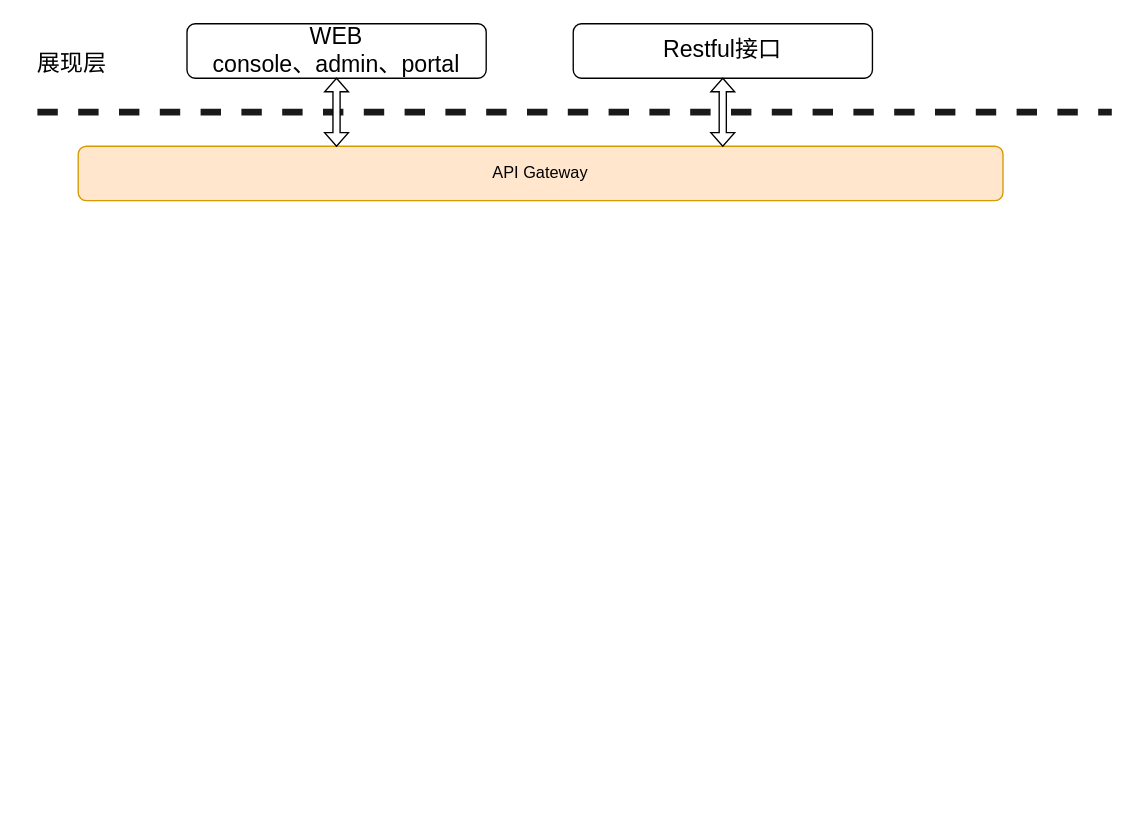
jiangliuhong/drawdb keeps this draw.io diagram as 国科大平台应用架构图.drawio. Above is the earlier version. Source tidied: cells renumbered, new cells numbered last; positions are measured from the earlier drawing's top-left corner, leaving out a move shared by most shapes. Both pictures are drawn from the tidied source at 136%, with x=0, y=0 at pixel (23, 23).
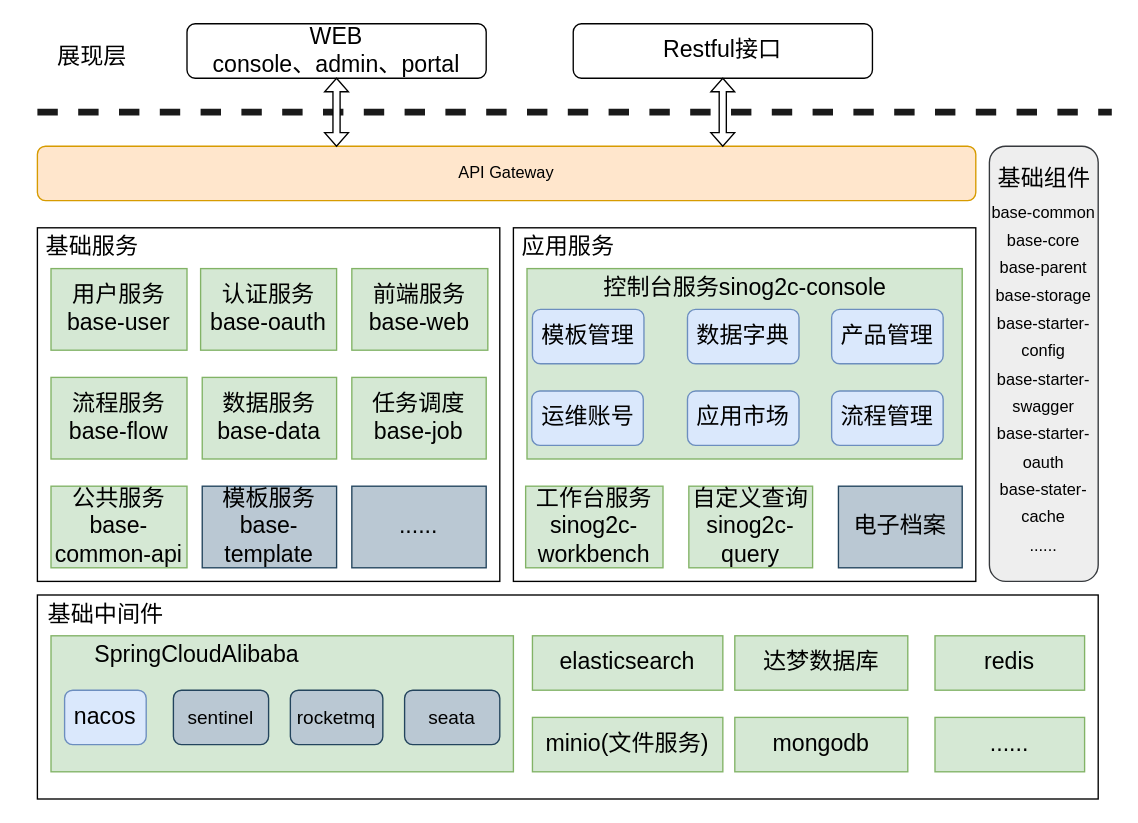
The same diagram, later.

Commit message:
Update 国科大平台应用架构图.drawio

What changed in the source:
```diff
@@
-    <mxCell id="3" value="展现层" style="text;html=1;align=center;verticalAlign=middle;fontSize=17;" parent="1" vertex="1">
-      <mxGeometry y="15" width="70" height="30" as="geometry" />
-    </mxCell>
@@
     <mxCell id="6" value="API Gateway" style="rounded=1;whiteSpace=wrap;html=1;fillColor=#ffe6cc;strokeColor=#d79b00;" parent="1" vertex="1">
-      <mxGeometry x="40" y="90" width="680" height="40" as="geometry" />
+      <mxGeometry x="10" y="90" width="690" height="40" as="geometry" />
     </mxCell>
@@
+    <mxCell id="9" style="rounded=0;whiteSpace=wrap;html=1;fontSize=17;" parent="1" vertex="1">
+      <mxGeometry x="10" y="150" width="340" height="260" as="geometry" />
+    </mxCell>
+    <mxCell id="10" value="基础服务" style="text;html=1;align=center;verticalAlign=middle;fontSize=17;" parent="1" vertex="1">
+      <mxGeometry x="10" y="150" width="80" height="30" as="geometry" />
+    </mxCell>
+    <mxCell id="11" value="用户服务&lt;br&gt;base-user" style="rounded=0;whiteSpace=wrap;html=1;fontSize=17;fillColor=#d5e8d4;strokeColor=#82b366;" parent="1" vertex="1">
+      <mxGeometry x="20" y="180" width="100" height="60" as="geometry" />
+    </mxCell>
+    <mxCell id="12" value="认证服务&lt;br&gt;base-oauth" style="rounded=0;whiteSpace=wrap;html=1;fontSize=17;fillColor=#d5e8d4;strokeColor=#82b366;" parent="1" vertex="1">
+      <mxGeometry x="130" y="180" width="100" height="60" as="geometry" />
+    </mxCell>
+    <mxCell id="13" value="公共服务&lt;br&gt;base-common-api" style="rounded=0;whiteSpace=wrap;html=1;fontSize=17;fillColor=#d5e8d4;strokeColor=#82b366;" parent="1" vertex="1">
+      <mxGeometry x="20" y="340" width="100" height="60" as="geometry" />
+    </mxCell>
+    <mxCell id="14" value="流程服务&lt;br&gt;base-flow" style="rounded=0;whiteSpace=wrap;html=1;fontSize=17;fillColor=#d5e8d4;strokeColor=#82b366;" parent="1" vertex="1">
+      <mxGeometry x="20" y="260" width="100" height="60" as="geometry" />
+    </mxCell>
+    <mxCell id="15" value="前端服务&lt;br&gt;base-web" style="rounded=0;whiteSpace=wrap;html=1;fontSize=17;fillColor=#d5e8d4;strokeColor=#82b366;" parent="1" vertex="1">
+      <mxGeometry x="241.2" y="180" width="100" height="60" as="geometry" />
+    </mxCell>
+    <mxCell id="16" value="数据服务&lt;br&gt;base-data" style="rounded=0;whiteSpace=wrap;html=1;fontSize=17;fillColor=#d5e8d4;strokeColor=#82b366;" parent="1" vertex="1">
+      <mxGeometry x="131.2" y="260" width="98.8" height="60" as="geometry" />
+    </mxCell>
+    <mxCell id="17" style="rounded=0;whiteSpace=wrap;html=1;fontSize=17;" parent="1" vertex="1">
+      <mxGeometry x="360" y="150" width="340" height="260" as="geometry" />
+    </mxCell>
+    <mxCell id="18" value="应用服务" style="text;html=1;align=center;verticalAlign=middle;fontSize=17;" parent="1" vertex="1">
+      <mxGeometry x="360" y="150" width="80" height="30" as="geometry" />
+    </mxCell>
+    <mxCell id="19" style="rounded=0;whiteSpace=wrap;html=1;fontSize=17;fillColor=#d5e8d4;strokeColor=#82b366;" parent="1" vertex="1">
+      <mxGeometry x="370" y="180" width="320" height="140" as="geometry" />
+    </mxCell>
+    <mxCell id="20" value="工作台服务&lt;br&gt;sinog2c-workbench" style="rounded=0;whiteSpace=wrap;html=1;fontSize=17;fillColor=#d5e8d4;strokeColor=#82b366;" parent="1" vertex="1">
+      <mxGeometry x="369" y="340" width="101" height="60" as="geometry" />
+    </mxCell>
+    <mxCell id="21" value="&lt;span&gt;控制台服务&lt;/span&gt;&lt;span&gt;sinog2c-console&lt;/span&gt;" style="text;html=1;align=center;verticalAlign=middle;fontSize=17;" parent="1" vertex="1">
+      <mxGeometry x="420" y="180" width="220" height="30" as="geometry" />
+    </mxCell>
+    <mxCell id="22" value="模板管理" style="rounded=1;whiteSpace=wrap;html=1;fontSize=17;fillColor=#dae8fc;strokeColor=#6c8ebf;" parent="1" vertex="1">
+      <mxGeometry x="374" y="210" width="82" height="40" as="geometry" />
+    </mxCell>
+    <mxCell id="23" value="数据字典" style="rounded=1;whiteSpace=wrap;html=1;fontSize=17;fillColor=#dae8fc;strokeColor=#6c8ebf;" parent="1" vertex="1">
+      <mxGeometry x="488" y="210" width="82" height="40" as="geometry" />
+    </mxCell>
+    <mxCell id="24" value="产品管理" style="rounded=1;whiteSpace=wrap;html=1;fontSize=17;fillColor=#dae8fc;strokeColor=#6c8ebf;" parent="1" vertex="1">
+      <mxGeometry x="594" y="210" width="82" height="40" as="geometry" />
+    </mxCell>
+    <mxCell id="25" value="运维账号" style="rounded=1;whiteSpace=wrap;html=1;fontSize=17;fillColor=#dae8fc;strokeColor=#6c8ebf;" parent="1" vertex="1">
+      <mxGeometry x="373.5" y="270" width="82" height="40" as="geometry" />
+    </mxCell>
+    <mxCell id="26" value="应用市场" style="rounded=1;whiteSpace=wrap;html=1;fontSize=17;fillColor=#dae8fc;strokeColor=#6c8ebf;" parent="1" vertex="1">
+      <mxGeometry x="488" y="270" width="82" height="40" as="geometry" />
+    </mxCell>
+    <mxCell id="27" value="流程管理" style="rounded=1;whiteSpace=wrap;html=1;fontSize=17;fillColor=#dae8fc;strokeColor=#6c8ebf;" parent="1" vertex="1">
+      <mxGeometry x="594" y="270" width="82" height="40" as="geometry" />
+    </mxCell>
+    <mxCell id="28" value="&lt;br&gt;&lt;font style=&quot;font-size: 12px&quot;&gt;base-common&lt;br&gt;base-core&lt;br&gt;base-parent&lt;br&gt;base-storage&lt;br&gt;base-starter-config&lt;br&gt;base-starter-swagger&lt;br&gt;base-starter-oauth&lt;br&gt;base-stater-cache&lt;br&gt;......&lt;br&gt;&lt;/font&gt;" style="rounded=1;whiteSpace=wrap;html=1;fontSize=17;fillColor=#eeeeee;strokeColor=#36393d;" parent="1" vertex="1">
+      <mxGeometry x="710" y="90" width="80" height="320" as="geometry" />
+    </mxCell>
+    <mxCell id="29" style="rounded=0;whiteSpace=wrap;html=1;fontSize=17;" parent="1" vertex="1">
+      <mxGeometry x="10" y="420" width="780" height="150" as="geometry" />
+    </mxCell>
+    <mxCell id="30" value="基础中间件" style="text;html=1;align=center;verticalAlign=middle;fontSize=17;" parent="1" vertex="1">
+      <mxGeometry x="10" y="420" width="100" height="30" as="geometry" />
+    </mxCell>
+    <mxCell id="31" style="rounded=0;whiteSpace=wrap;html=1;fontSize=17;fillColor=#d5e8d4;strokeColor=#82b366;" parent="1" vertex="1">
+      <mxGeometry x="20" y="450" width="340" height="100" as="geometry" />
+    </mxCell>
+    <mxCell id="32" value="SpringCloudAlibaba" style="text;html=1;align=center;verticalAlign=middle;fontSize=17;" parent="1" vertex="1">
+      <mxGeometry x="42" y="450" width="170" height="30" as="geometry" />
+    </mxCell>
+    <mxCell id="33" value="nacos" style="rounded=1;whiteSpace=wrap;html=1;fontSize=17;fillColor=#dae8fc;strokeColor=#6c8ebf;" parent="1" vertex="1">
+      <mxGeometry x="30" y="490" width="60" height="40" as="geometry" />
+    </mxCell>
+    <mxCell id="34" value="&lt;span style=&quot;font-family: , , &amp;#34;segoe ui&amp;#34; , &amp;#34;helvetica&amp;#34; , &amp;#34;arial&amp;#34; , sans-serif ; font-size: 14px&quot;&gt;sentinel&lt;/span&gt;" style="rounded=1;whiteSpace=wrap;html=1;fontSize=17;fillColor=#bac8d3;strokeColor=#23445d;" parent="1" vertex="1">
+      <mxGeometry x="110" y="490" width="70" height="40" as="geometry" />
+    </mxCell>
+    <mxCell id="35" value="&lt;span style=&quot;font-family: , , &amp;#34;segoe ui&amp;#34; , &amp;#34;helvetica&amp;#34; , &amp;#34;arial&amp;#34; , sans-serif ; font-size: 14px&quot;&gt;rocketmq&lt;/span&gt;" style="rounded=1;whiteSpace=wrap;html=1;fontSize=17;fillColor=#bac8d3;strokeColor=#23445d;" parent="1" vertex="1">
+      <mxGeometry x="196" y="490" width="68" height="40" as="geometry" />
+    </mxCell>
+    <mxCell id="36" value="&lt;span style=&quot;font-family: , , &amp;#34;segoe ui&amp;#34; , &amp;#34;helvetica&amp;#34; , &amp;#34;arial&amp;#34; , sans-serif ; font-size: 14px&quot;&gt;seata&lt;/span&gt;" style="rounded=1;whiteSpace=wrap;html=1;fontSize=17;fillColor=#bac8d3;strokeColor=#23445d;" parent="1" vertex="1">
+      <mxGeometry x="280" y="490" width="70" height="40" as="geometry" />
+    </mxCell>
+    <mxCell id="37" value="elasticsearch" style="rounded=0;whiteSpace=wrap;html=1;fontSize=17;fillColor=#d5e8d4;strokeColor=#82b366;" parent="1" vertex="1">
+      <mxGeometry x="374" y="450" width="140" height="40" as="geometry" />
+    </mxCell>
+    <mxCell id="38" value="任务调度&lt;br&gt;base-job" style="rounded=0;whiteSpace=wrap;html=1;fontSize=17;fillColor=#d5e8d4;strokeColor=#82b366;" parent="1" vertex="1">
+      <mxGeometry x="241.2" y="260" width="98.8" height="60" as="geometry" />
+    </mxCell>
+    <mxCell id="39" value="自定义查询&lt;br&gt;sinog2c-query" style="rounded=0;whiteSpace=wrap;html=1;fontSize=17;fillColor=#d5e8d4;strokeColor=#82b366;" parent="1" vertex="1">
+      <mxGeometry x="489" y="340" width="91" height="60" as="geometry" />
+    </mxCell>
+    <mxCell id="40" value="minio(文件服务)" style="rounded=0;whiteSpace=wrap;html=1;fontSize=17;fillColor=#d5e8d4;strokeColor=#82b366;" parent="1" vertex="1">
+      <mxGeometry x="374" y="510" width="140" height="40" as="geometry" />
+    </mxCell>
+    <mxCell id="41" value="&lt;span&gt;基&lt;/span&gt;&lt;span&gt;础&lt;/span&gt;&lt;span&gt;组&lt;/span&gt;&lt;span&gt;件&lt;/span&gt;" style="text;html=1;align=center;verticalAlign=middle;fontSize=17;" parent="1" vertex="1">
+      <mxGeometry x="710" y="100" width="80" height="30" as="geometry" />
+    </mxCell>
+    <mxCell id="42" value="达梦数据库" style="rounded=0;whiteSpace=wrap;html=1;fontSize=17;fillColor=#d5e8d4;strokeColor=#82b366;" parent="1" vertex="1">
+      <mxGeometry x="522.8" y="450" width="127.2" height="40" as="geometry" />
+    </mxCell>
+    <mxCell id="43" value="redis" style="rounded=0;whiteSpace=wrap;html=1;fontSize=17;fillColor=#d5e8d4;strokeColor=#82b366;" parent="1" vertex="1">
+      <mxGeometry x="670" y="450" width="110" height="40" as="geometry" />
+    </mxCell>
+    <mxCell id="44" value="电子档案" style="rounded=0;whiteSpace=wrap;html=1;fontSize=17;fillColor=#bac8d3;strokeColor=#23445d;" parent="1" vertex="1">
+      <mxGeometry x="599" y="340" width="91" height="60" as="geometry" />
+    </mxCell>
+    <mxCell id="45" value="模板服务&lt;br&gt;base-template" style="rounded=0;whiteSpace=wrap;html=1;fontSize=17;fillColor=#bac8d3;strokeColor=#23445d;" parent="1" vertex="1">
+      <mxGeometry x="131.2" y="340" width="98.8" height="60" as="geometry" />
+    </mxCell>
+    <mxCell id="46" value="......" style="rounded=0;whiteSpace=wrap;html=1;fontSize=17;fillColor=#bac8d3;strokeColor=#23445d;" parent="1" vertex="1">
+      <mxGeometry x="241.2" y="340" width="98.8" height="60" as="geometry" />
+    </mxCell>
+    <mxCell id="47" value="mongodb" style="rounded=0;whiteSpace=wrap;html=1;fontSize=17;fillColor=#d5e8d4;strokeColor=#82b366;" parent="1" vertex="1">
+      <mxGeometry x="522.8" y="510" width="127.2" height="40" as="geometry" />
+    </mxCell>
+    <mxCell id="48" value="......" style="rounded=0;whiteSpace=wrap;html=1;fontSize=17;fillColor=#d5e8d4;strokeColor=#82b366;" parent="1" vertex="1">
+      <mxGeometry x="670" y="510" width="110" height="40" as="geometry" />
+    </mxCell>
+    <mxCell id="3" value="展现层" style="text;html=1;align=center;verticalAlign=middle;fontSize=17;" parent="1" vertex="1">
+      <mxGeometry x="15" y="10" width="70" height="30" as="geometry" />
+    </mxCell>
```
